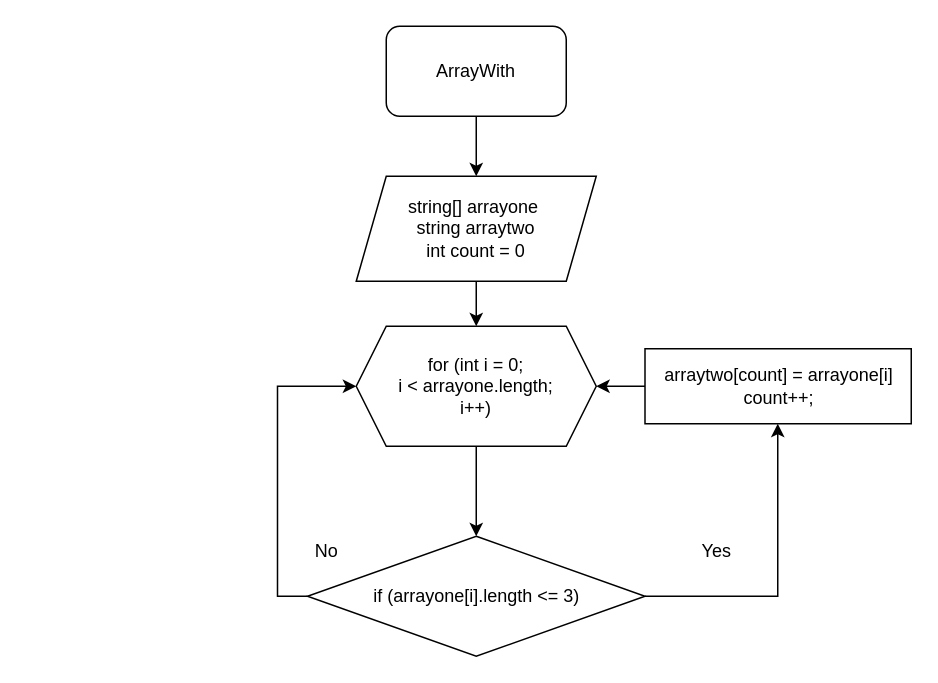
This is drawio/ArrayWith.drawio from GrafanyS/TaskLesson, a draw.io file, before an edit. Source tidied: cells renumbered, new cells numbered last; positions are measured from the earlier drawing's top-left corner, leaving out a move shared by most shapes. Both pictures are drawn from the tidied source at 150%, with x=0, y=0 at pixel (303, 26).
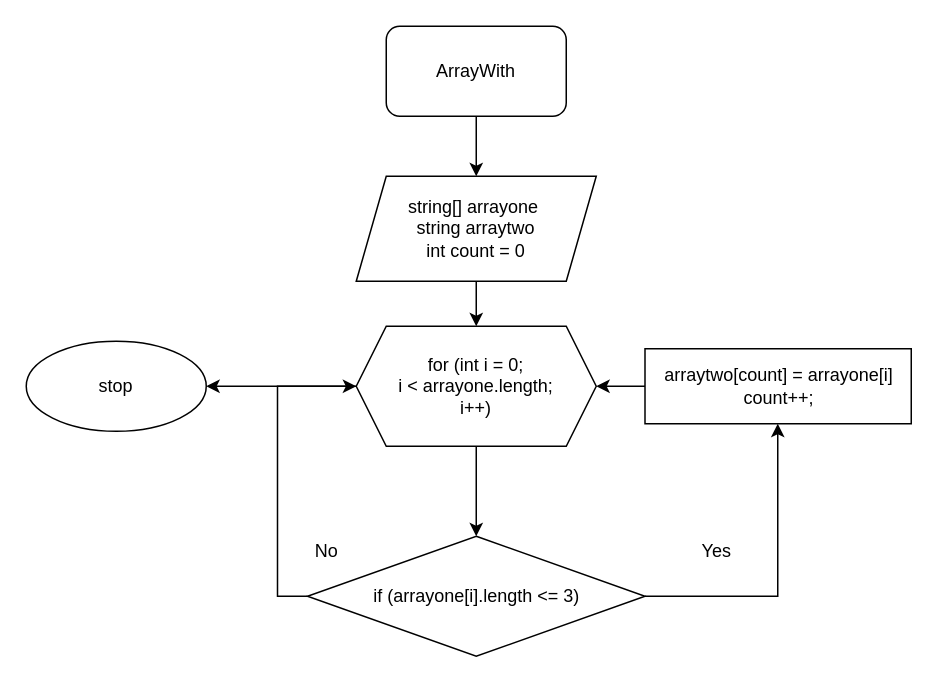
The same diagram, later.

The edit, as a diff of the source:
```diff
@@
 <mxGraphModel>
   <root>
     <mxCell id="0" />
     <mxCell id="1" parent="0" />
     <mxCell id="2" style="edgeStyle=orthogonalEdgeStyle;rounded=0;jettySize=auto;html=1;" parent="1" edge="1" source="3" target="5">
       <mxGeometry relative="1" as="geometry" />
     </mxCell>
     <mxCell id="3" value="ArrayWith" style="rounded=1;whiteSpace=wrap;html=1;" parent="1" vertex="1">
       <mxGeometry x="55" width="120" height="60" as="geometry" />
     </mxCell>
     <mxCell id="4" style="edgeStyle=orthogonalEdgeStyle;rounded=0;jettySize=auto;html=1;" parent="1" edge="1" source="5" target="7">
       <mxGeometry relative="1" as="geometry" />
     </mxCell>
     <mxCell id="5" value="string[] arrayone&amp;nbsp;&lt;br&gt;string arraytwo&lt;br&gt;int count = 0" style="shape=parallelogram;perimeter=parallelogramPerimeter;whiteSpace=wrap;html=1;fixedSize=1;" parent="1" vertex="1">
       <mxGeometry x="35" y="100" width="160" height="70" as="geometry" />
     </mxCell>
     <mxCell id="6" style="edgeStyle=orthogonalEdgeStyle;rounded=0;jettySize=auto;html=1;" parent="1" edge="1" source="7" target="10">
       <mxGeometry relative="1" as="geometry" />
     </mxCell>
+    <mxCell id="15" style="edgeStyle=none;html=1;" parent="1" edge="1" source="7" target="16">
+      <mxGeometry relative="1" as="geometry" />
+    </mxCell>
     <mxCell id="7" value="for (int i = 0;&lt;br&gt;i &amp;lt; arrayone.length;&lt;br&gt;i++)" style="shape=hexagon;perimeter=hexagonPerimeter2;whiteSpace=wrap;html=1;fixedSize=1;" parent="1" vertex="1">
       <mxGeometry x="35" y="200" width="160" height="80" as="geometry" />
     </mxCell>
     <mxCell id="8" style="edgeStyle=orthogonalEdgeStyle;rounded=0;jettySize=auto;html=1;" parent="1" edge="1" source="10" target="12">
       <mxGeometry relative="1" as="geometry">
         <Array as="points">
           <mxPoint x="316" y="380" />
         </Array>
       </mxGeometry>
     </mxCell>
     <mxCell id="9" style="edgeStyle=orthogonalEdgeStyle;rounded=0;jettySize=auto;html=1;exitX=0;exitY=0.5;exitDx=0;exitDy=0;entryX=0;entryY=0.5;entryDx=0;entryDy=0;" parent="1" edge="1" source="10" target="7">
       <mxGeometry relative="1" as="geometry" />
     </mxCell>
     <mxCell id="10" value="if (arrayone[i].length &amp;lt;= 3)" style="rhombus;whiteSpace=wrap;html=1;" parent="1" vertex="1">
       <mxGeometry x="2.5" y="340" width="225" height="80" as="geometry" />
     </mxCell>
     <mxCell id="11" style="edgeStyle=orthogonalEdgeStyle;rounded=0;jettySize=auto;html=1;" parent="1" edge="1" source="12" target="7">
       <mxGeometry relative="1" as="geometry" />
     </mxCell>
     <mxCell id="12" value="arraytwo[count] = arrayone[i]&lt;br&gt;count++;" style="whiteSpace=wrap;html=1;" parent="1" vertex="1">
       <mxGeometry x="227.5" y="215" width="177.5" height="50" as="geometry" />
     </mxCell>
     <mxCell id="13" value="Yes" style="text;html=1;align=center;verticalAlign=middle;strokeColor=none;fillColor=none;" parent="1" vertex="1">
       <mxGeometry x="255" y="340" width="40" height="20" as="geometry" />
     </mxCell>
     <mxCell id="14" value="No" style="text;html=1;align=center;verticalAlign=middle;strokeColor=none;fillColor=none;" parent="1" vertex="1">
       <mxGeometry y="340" width="30" height="20" as="geometry" />
     </mxCell>
+    <mxCell id="16" value="stop" style="ellipse;whiteSpace=wrap;html=1;" parent="1" vertex="1">
+      <mxGeometry x="-185" y="210" width="120" height="60" as="geometry" />
+    </mxCell>
   </root>
 </mxGraphModel>
```
